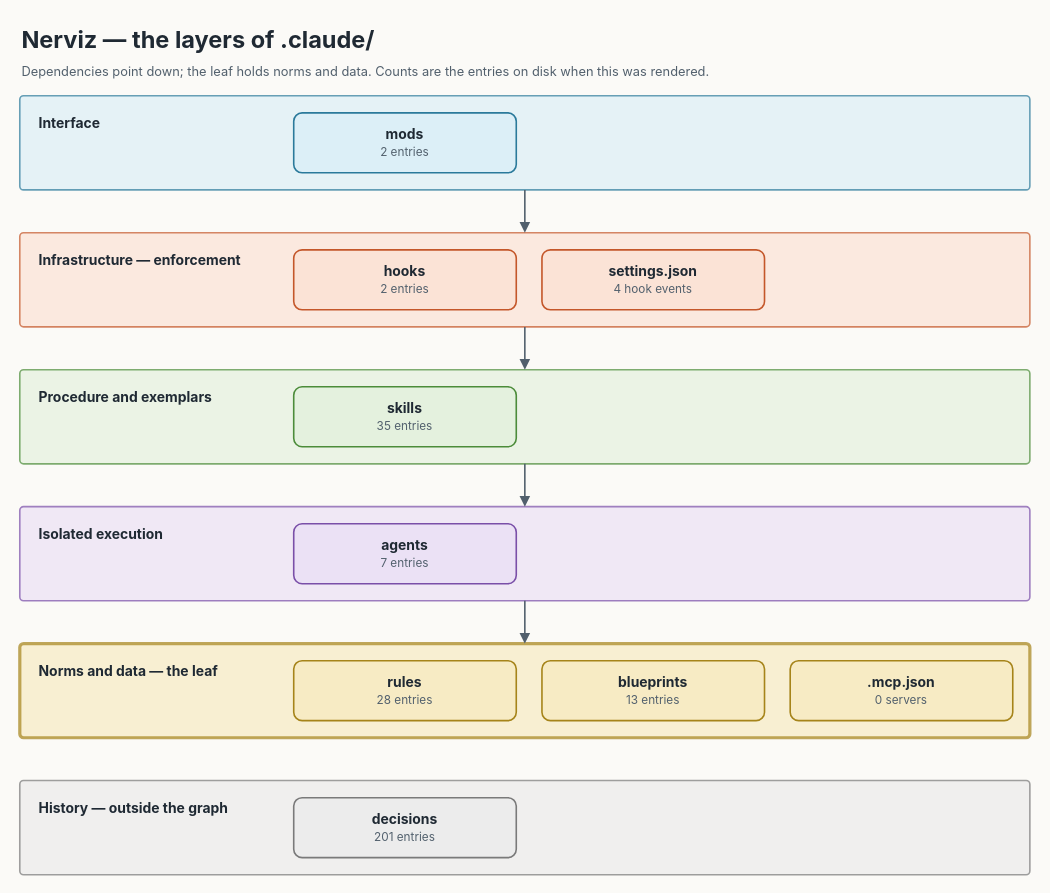
This is docs/diagrams/layers/layers.drawio from nerviz-ai/nerviz, a draw.io file, before an edit. Source tidied: cells renumbered, new cells numbered last; positions are measured from the earlier drawing's top-left corner, leaving out a move shared by most shapes. Both pictures are drawn from the tidied source at 107%, with x=0, y=0 at pixel (19, 18).
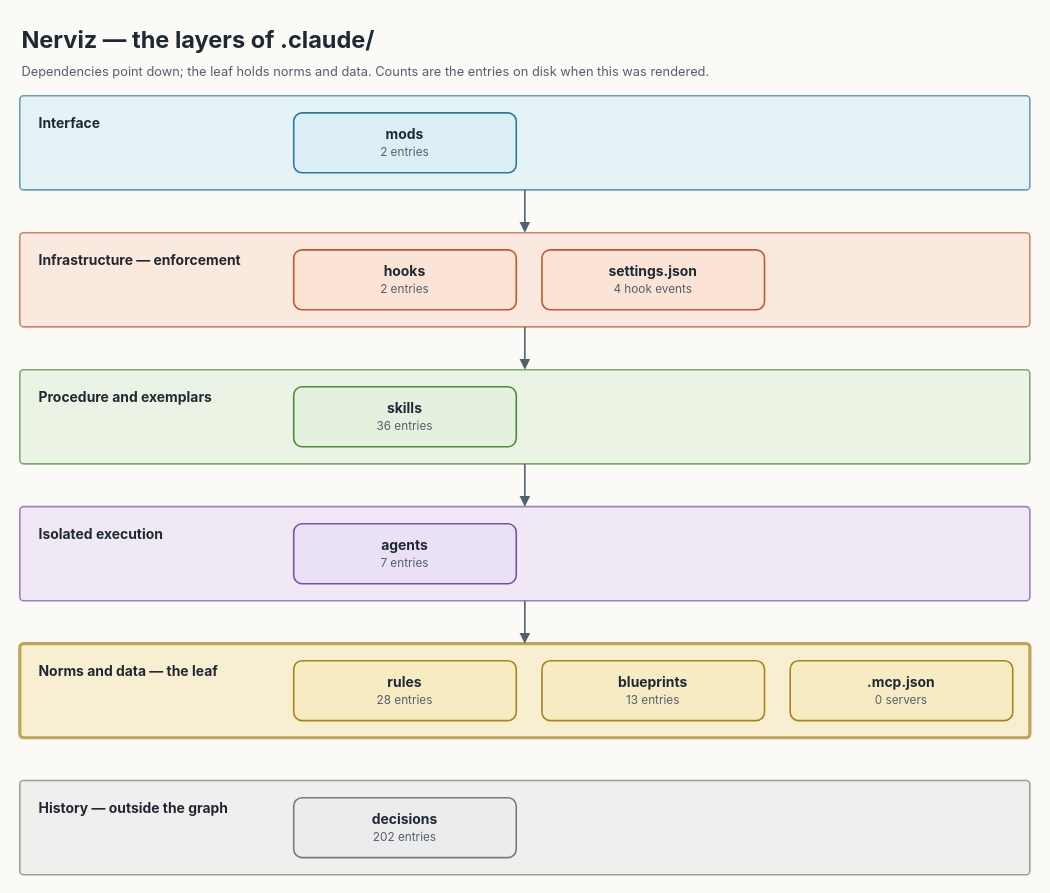
The same diagram, later.

The edit, as a diff of the source:
```diff
@@
-    <mxCell id="12" value="&lt;b&gt;skills&lt;/b&gt;&lt;br/&gt;&lt;font style=&quot;font-size:11px&quot; color=&quot;#52606D&quot;&gt;35 entries&lt;/font&gt;" style="rounded=1;arcSize=14;html=1;whiteSpace=wrap;fontSize=13;fontFamily=Inter;fontColor=#1F2933;fillColor=#E4F1DE;strokeColor=#4C8C3A;strokeWidth=1.5;" parent="1" vertex="1">
+    <mxCell id="12" value="&lt;b&gt;skills&lt;/b&gt;&lt;br/&gt;&lt;font style=&quot;font-size:11px&quot; color=&quot;#52606D&quot;&gt;36 entries&lt;/font&gt;" style="rounded=1;arcSize=14;html=1;whiteSpace=wrap;fontSize=13;fontFamily=Inter;fontColor=#1F2933;fillColor=#E4F1DE;strokeColor=#4C8C3A;strokeWidth=1.5;" parent="1" vertex="1">
       <mxGeometry x="256" y="344" width="208" height="56" as="geometry" />
     </mxCell>
@@
-    <mxCell id="17" value="&lt;b&gt;decisions&lt;/b&gt;&lt;br/&gt;&lt;font style=&quot;font-size:11px&quot; color=&quot;#52606D&quot;&gt;201 entries&lt;/font&gt;" style="rounded=1;arcSize=14;html=1;whiteSpace=wrap;fontSize=13;fontFamily=Inter;fontColor=#1F2933;fillColor=#ECECEC;strokeColor=#7A7A7A;strokeWidth=1.5;" parent="1" vertex="1">
+    <mxCell id="17" value="&lt;b&gt;decisions&lt;/b&gt;&lt;br/&gt;&lt;font style=&quot;font-size:11px&quot; color=&quot;#52606D&quot;&gt;202 entries&lt;/font&gt;" style="rounded=1;arcSize=14;html=1;whiteSpace=wrap;fontSize=13;fontFamily=Inter;fontColor=#1F2933;fillColor=#ECECEC;strokeColor=#7A7A7A;strokeWidth=1.5;" parent="1" vertex="1">
       <mxGeometry x="256" y="728" width="208" height="56" as="geometry" />
     </mxCell>
```
